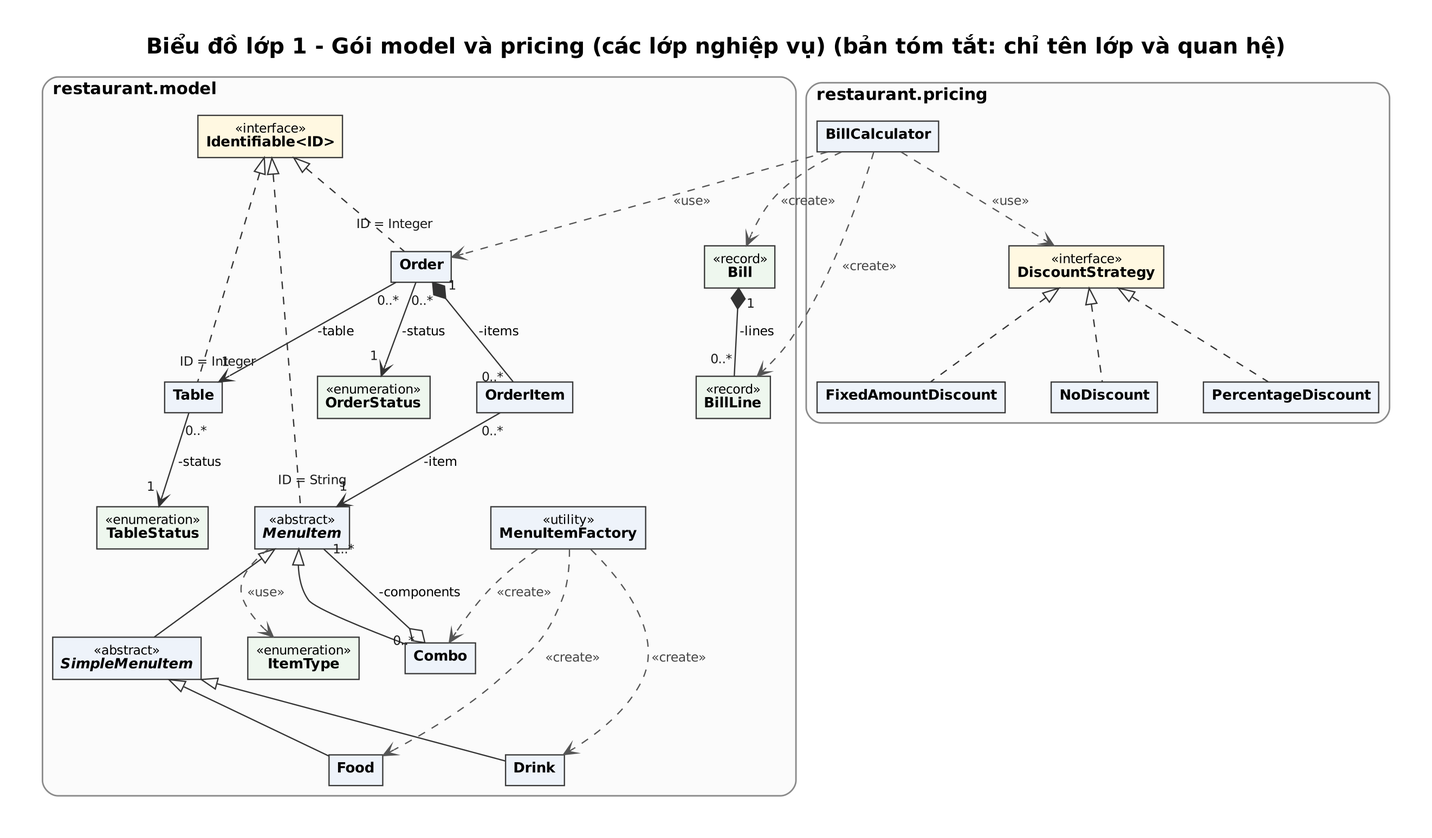
ducanhdhtb06-hub/btl-oop- keeps this Graphviz diagram as docs/uml/1-lop-model-tom-tat.png. Above is the earlier version. Its source is kept beside it as docs/uml/1-lop-model-tom-tat.dot.
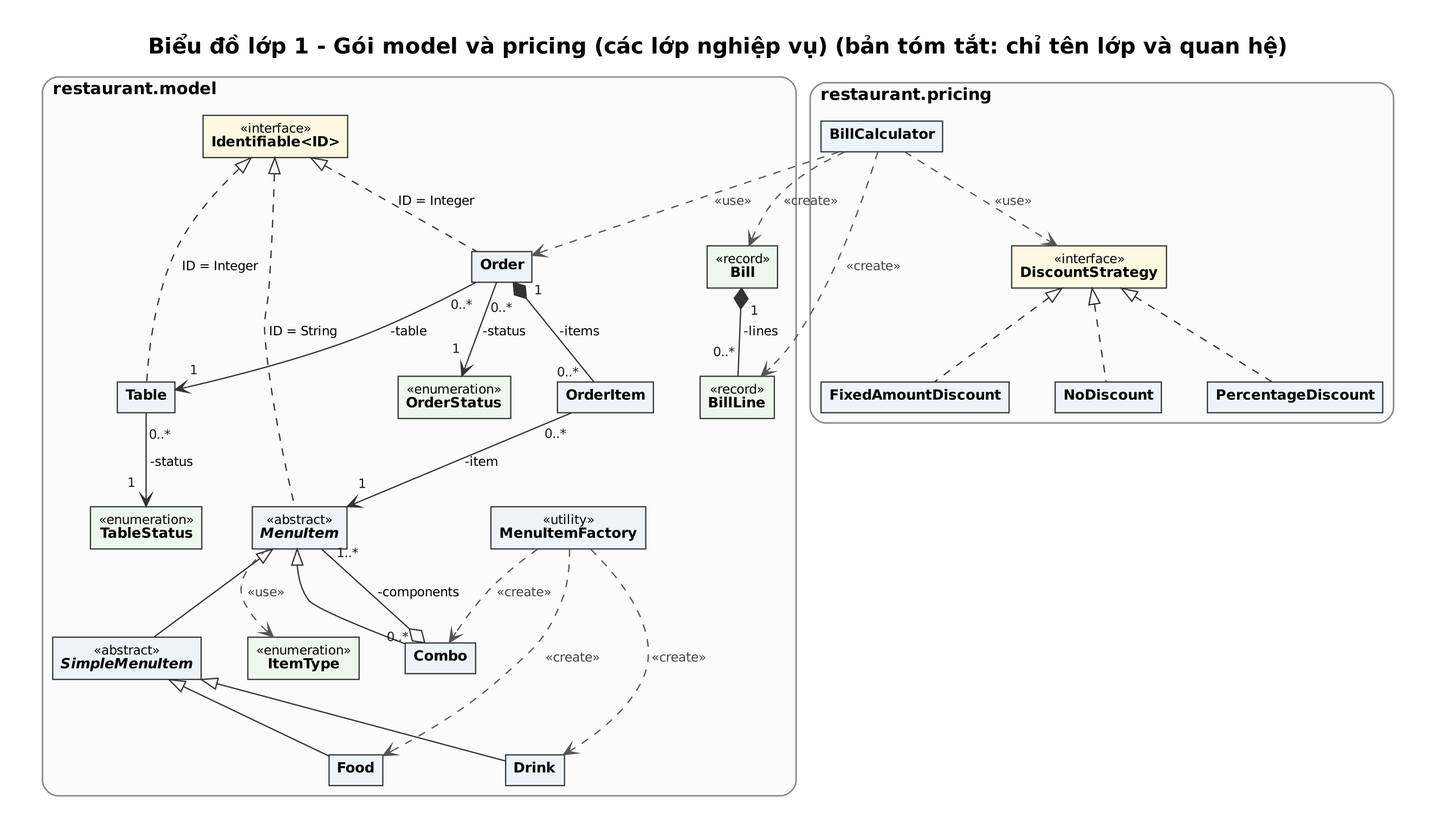
Above is the later version.

The edit, as a diff of the source:
```diff
@@ -3,14 +3,6 @@
          rankdir=TB, nodesep=0.5, ranksep=0.8, newrank=true, pad=0.35, bgcolor=white];
   node [shape=plain, fontname="DejaVu Sans", fontsize=11];
   edge [fontname="DejaVu Sans", fontsize=10, color="#333333", arrowsize=0.95, labelfontsize=10, labelfontcolor="#1a1a1a"];
-  subgraph cluster_pricing {
-    label=<<B>restaurant.pricing</B>>; labeljust=l; fontsize=13; style="rounded"; color="#8a8a8a"; bgcolor="#fbfbfb"; penwidth=1.2;
-    c_DiscountStrategy [label=<<TABLE BORDER="1" CELLBORDER="0" CELLSPACING="0" COLOR="#3a3a3a" BGCOLOR="#fff8e1"><TR><TD ALIGN="CENTER" CELLPADDING="5"><FONT POINT-SIZE="10">«interface»</FONT><BR/><B>DiscountStrategy</B></TD></TR></TABLE>>];
-    c_NoDiscount [label=<<TABLE BORDER="1" CELLBORDER="0" CELLSPACING="0" COLOR="#3a3a3a" BGCOLOR="#eef3fa"><TR><TD ALIGN="CENTER" CELLPADDING="5"><B>NoDiscount</B></TD></TR></TABLE>>];
-    c_PercentageDiscount [label=<<TABLE BORDER="1" CELLBORDER="0" CELLSPACING="0" COLOR="#3a3a3a" BGCOLOR="#eef3fa"><TR><TD ALIGN="CENTER" CELLPADDING="5"><B>PercentageDiscount</B></TD></TR></TABLE>>];
-    c_FixedAmountDiscount [label=<<TABLE BORDER="1" CELLBORDER="0" CELLSPACING="0" COLOR="#3a3a3a" BGCOLOR="#eef3fa"><TR><TD ALIGN="CENTER" CELLPADDING="5"><B>FixedAmountDiscount</B></TD></TR></TABLE>>];
-    c_BillCalculator [label=<<TABLE BORDER="1" CELLBORDER="0" CELLSPACING="0" COLOR="#3a3a3a" BGCOLOR="#eef3fa"><TR><TD ALIGN="CENTER" CELLPADDING="5"><B>BillCalculator</B></TD></TR></TABLE>>];
-  }
   subgraph cluster_model {
     label=<<B>restaurant.model</B>>; labeljust=l; fontsize=13; style="rounded"; color="#8a8a8a"; bgcolor="#fbfbfb"; penwidth=1.2;
     c_Identifiable [label=<<TABLE BORDER="1" CELLBORDER="0" CELLSPACING="0" COLOR="#3a3a3a" BGCOLOR="#fff8e1"><TR><TD ALIGN="CENTER" CELLPADDING="5"><FONT POINT-SIZE="10">«interface»</FONT><BR/><B>Identifiable&lt;ID&gt;</B></TD></TR></TABLE>>];
@@ -29,9 +21,17 @@
     c_Bill [label=<<TABLE BORDER="1" CELLBORDER="0" CELLSPACING="0" COLOR="#3a3a3a" BGCOLOR="#eef7ee"><TR><TD ALIGN="CENTER" CELLPADDING="5"><FONT POINT-SIZE="10">«record»</FONT><BR/><B>Bill</B></TD></TR></TABLE>>];
     c_BillLine [label=<<TABLE BORDER="1" CELLBORDER="0" CELLSPACING="0" COLOR="#3a3a3a" BGCOLOR="#eef7ee"><TR><TD ALIGN="CENTER" CELLPADDING="5"><FONT POINT-SIZE="10">«record»</FONT><BR/><B>BillLine</B></TD></TR></TABLE>>];
   }
-  c_Identifiable -> c_MenuItem [dir=back, arrowtail=empty, style=dashed, arrowsize=1.25, headlabel=" ID = String ", labeldistance=2.2, labelangle=-30];
-  c_Identifiable -> c_Table [dir=back, arrowtail=empty, style=dashed, arrowsize=1.25, headlabel=" ID = Integer ", labeldistance=2.2, labelangle=-30];
-  c_Identifiable -> c_Order [dir=back, arrowtail=empty, style=dashed, arrowsize=1.25, headlabel=" ID = Integer ", labeldistance=2.2, labelangle=-30];
+  subgraph cluster_pricing {
+    label=<<B>restaurant.pricing</B>>; labeljust=l; fontsize=13; style="rounded"; color="#8a8a8a"; bgcolor="#fbfbfb"; penwidth=1.2;
+    c_DiscountStrategy [label=<<TABLE BORDER="1" CELLBORDER="0" CELLSPACING="0" COLOR="#3a3a3a" BGCOLOR="#fff8e1"><TR><TD ALIGN="CENTER" CELLPADDING="5"><FONT POINT-SIZE="10">«interface»</FONT><BR/><B>DiscountStrategy</B></TD></TR></TABLE>>];
+    c_NoDiscount [label=<<TABLE BORDER="1" CELLBORDER="0" CELLSPACING="0" COLOR="#3a3a3a" BGCOLOR="#eef3fa"><TR><TD ALIGN="CENTER" CELLPADDING="5"><B>NoDiscount</B></TD></TR></TABLE>>];
+    c_PercentageDiscount [label=<<TABLE BORDER="1" CELLBORDER="0" CELLSPACING="0" COLOR="#3a3a3a" BGCOLOR="#eef3fa"><TR><TD ALIGN="CENTER" CELLPADDING="5"><B>PercentageDiscount</B></TD></TR></TABLE>>];
+    c_FixedAmountDiscount [label=<<TABLE BORDER="1" CELLBORDER="0" CELLSPACING="0" COLOR="#3a3a3a" BGCOLOR="#eef3fa"><TR><TD ALIGN="CENTER" CELLPADDING="5"><B>FixedAmountDiscount</B></TD></TR></TABLE>>];
+    c_BillCalculator [label=<<TABLE BORDER="1" CELLBORDER="0" CELLSPACING="0" COLOR="#3a3a3a" BGCOLOR="#eef3fa"><TR><TD ALIGN="CENTER" CELLPADDING="5"><B>BillCalculator</B></TD></TR></TABLE>>];
+  }
+  c_Identifiable -> c_MenuItem [dir=back, arrowtail=empty, style=dashed, arrowsize=1.25, label=" ID = String "];
+  c_Identifiable -> c_Table [dir=back, arrowtail=empty, style=dashed, arrowsize=1.25, label=" ID = Integer "];
+  c_Identifiable -> c_Order [dir=back, arrowtail=empty, style=dashed, arrowsize=1.25, label=" ID = Integer "];
   c_DiscountStrategy -> c_NoDiscount [dir=back, arrowtail=empty, style=dashed, arrowsize=1.25];
   c_DiscountStrategy -> c_PercentageDiscount [dir=back, arrowtail=empty, style=dashed, arrowsize=1.25];
   c_DiscountStrategy -> c_FixedAmountDiscount [dir=back, arrowtail=empty, style=dashed, arrowsize=1.25];
@@ -39,13 +39,13 @@
   c_SimpleMenuItem -> c_Food [dir=back, arrowtail=empty, arrowsize=1.25];
   c_SimpleMenuItem -> c_Drink [dir=back, arrowtail=empty, arrowsize=1.25];
   c_MenuItem -> c_Combo [dir=back, arrowtail=empty, arrowsize=1.25];
-  c_Order -> c_OrderItem [dir=back, arrowtail=diamond, arrowsize=1.35, label=" -items ", taillabel=" 1 ", headlabel=" 0..* ", labeldistance=1.6, labelangle=40];
-  c_Bill -> c_BillLine [dir=back, arrowtail=diamond, arrowsize=1.35, label=" -lines ", taillabel=" 1 ", headlabel=" 0..* ", labeldistance=1.6, labelangle=40];
-  c_Combo -> c_MenuItem [dir=back, arrowtail=odiamond, arrowsize=1.35, label=" -components ", taillabel=" 0..* ", headlabel=" 1..* ", labeldistance=1.6, labelangle=40];
-  c_OrderItem -> c_MenuItem [arrowhead=vee, label=" -item ", taillabel=" 0..* ", headlabel=" 1 ", labeldistance=1.6, labelangle=40];
-  c_Order -> c_Table [arrowhead=vee, label=" -table ", taillabel=" 0..* ", headlabel=" 1 ", labeldistance=1.6, labelangle=40];
-  c_Order -> c_OrderStatus [arrowhead=vee, label=" -status ", taillabel=" 0..* ", headlabel=" 1 ", labeldistance=1.6, labelangle=40];
-  c_Table -> c_TableStatus [arrowhead=vee, label=" -status ", taillabel=" 0..* ", headlabel=" 1 ", labeldistance=1.6, labelangle=40];
+  c_Order -> c_OrderItem [dir=back, arrowtail=diamond, arrowsize=1.35, label=" -items ", taillabel=" 1 ", headlabel=" 0..* ", labeldistance=2.1, labelangle=32];
+  c_Bill -> c_BillLine [dir=back, arrowtail=diamond, arrowsize=1.35, label=" -lines ", taillabel=" 1 ", headlabel=" 0..* ", labeldistance=2.1, labelangle=32];
+  c_Combo -> c_MenuItem [dir=back, arrowtail=odiamond, arrowsize=1.35, label=" -components ", taillabel=" 0..* ", headlabel=" 1..* ", labeldistance=2.1, labelangle=32];
+  c_OrderItem -> c_MenuItem [arrowhead=vee, label=" -item ", taillabel=" 0..* ", headlabel=" 1 ", labeldistance=2.1, labelangle=32];
+  c_Order -> c_Table [arrowhead=vee, label=" -table ", taillabel=" 0..* ", headlabel=" 1 ", labeldistance=2.1, labelangle=32];
+  c_Order -> c_OrderStatus [arrowhead=vee, label=" -status ", taillabel=" 0..* ", headlabel=" 1 ", labeldistance=2.1, labelangle=32];
+  c_Table -> c_TableStatus [arrowhead=vee, label=" -status ", taillabel=" 0..* ", headlabel=" 1 ", labeldistance=2.1, labelangle=32];
   c_MenuItem -> c_ItemType [style=dashed, arrowhead=vee, color="#555555", label=" «use» ", fontcolor="#444444"];
   c_MenuItemFactory -> c_Food [style=dashed, arrowhead=vee, color="#555555", label=" «create» ", fontcolor="#444444"];
   c_MenuItemFactory -> c_Drink [style=dashed, arrowhead=vee, color="#555555", label=" «create» ", fontcolor="#444444"];
```
